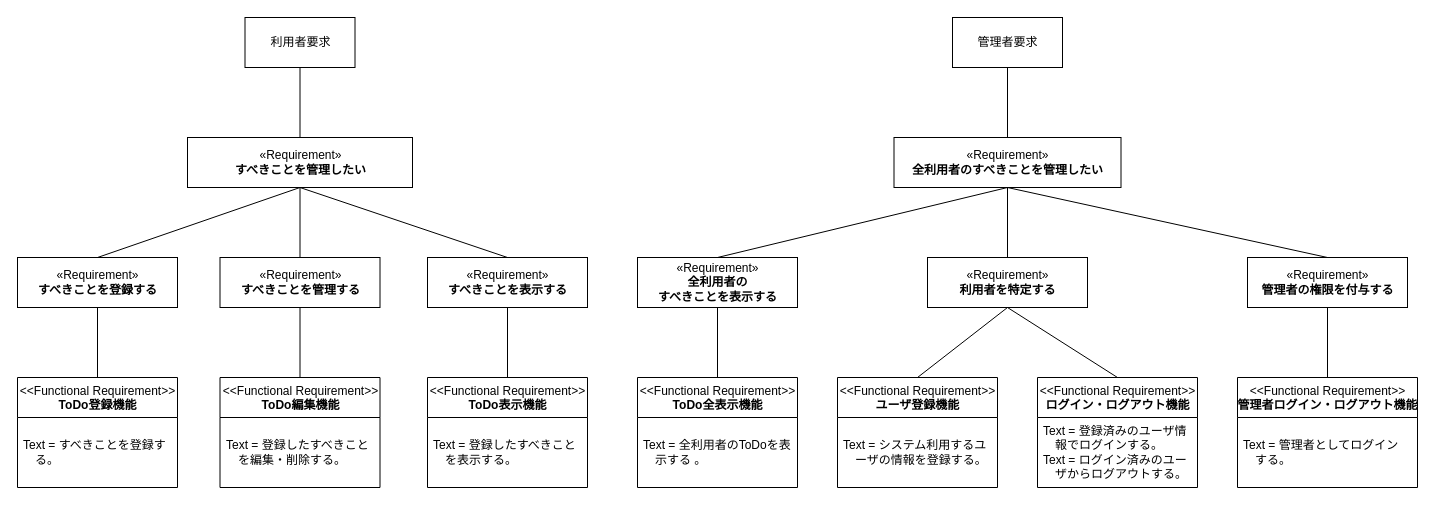
RRRYOOO/portfolio keeps this draw.io diagram as portfolio03/01/requirement_definition/requirement/portfolio03_01_requirement_all.drawio. Above is the earlier version. Source tidied: cells renumbered, new cells numbered last; positions are measured from the earlier drawing's top-left corner, leaving out a move shared by most shapes. Both pictures are drawn from the tidied source at 100%, with x=0, y=0 at pixel (17, 17).
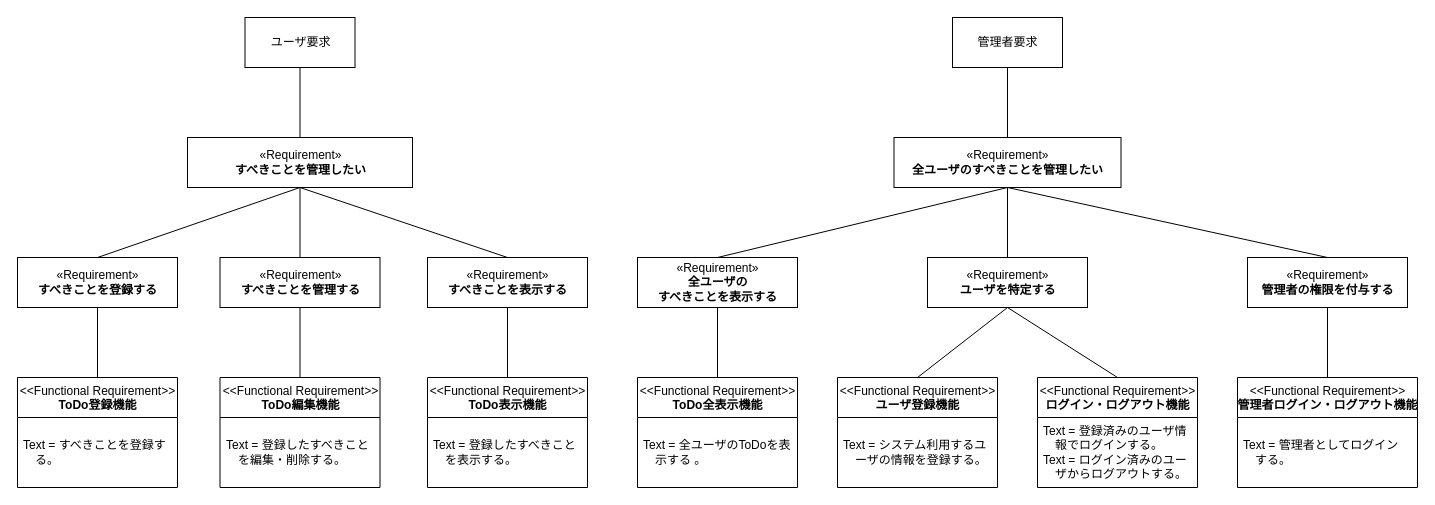
The same page after the edit.

Unchanged cells that the change refers to:
```xml
<mxCell id="15" value="&amp;lt;&amp;lt;Functional Requirement&amp;gt;&amp;gt;&lt;br&gt;&lt;b&gt;ToDo全表示機能&lt;/b&gt;" style="swimlane;fontStyle=0;align=center;verticalAlign=top;horizontal=1;startSize=40;html=1;" parent="1" vertex="1">
  <mxGeometry x="620" y="360" width="160" height="110" as="geometry" />
</mxCell>
```

What changed in the source:
```diff
@@
-    <mxCell id="2" value="利用者要求" style="html=1;" parent="1" vertex="1">
+    <mxCell id="2" value="ユーザ要求" style="html=1;" parent="1" vertex="1">
       <mxGeometry x="227.5" width="110" height="50" as="geometry" />
     </mxCell>
@@
-    <mxCell id="5" value="«Requirement»&lt;br&gt;&lt;b&gt;全利用者のすべきことを管理したい&lt;/b&gt;" style="html=1;" parent="1" vertex="1">
+    <mxCell id="5" value="«Requirement»&lt;br&gt;&lt;b&gt;全ユーザのすべきことを管理したい&lt;/b&gt;" style="html=1;" parent="1" vertex="1">
       <mxGeometry x="876.5" y="120" width="227" height="50" as="geometry" />
     </mxCell>
@@
-    <mxCell id="8" value="«Requirement»&lt;br&gt;&lt;b&gt;全利用者の&lt;br&gt;すべきことを表示する&lt;/b&gt;" style="html=1;" parent="1" vertex="1">
+    <mxCell id="8" value="«Requirement»&lt;br&gt;&lt;b&gt;全ユーザの&lt;br&gt;すべきことを表示する&lt;/b&gt;" style="html=1;" parent="1" vertex="1">
       <mxGeometry x="620" y="240" width="160" height="50" as="geometry" />
     </mxCell>
-    <mxCell id="9" value="«Requirement»&lt;br&gt;&lt;b&gt;利用者を特定する&lt;/b&gt;" style="html=1;" parent="1" vertex="1">
+    <mxCell id="9" value="«Requirement»&lt;br&gt;&lt;b&gt;ユーザを特定する&lt;/b&gt;" style="html=1;" parent="1" vertex="1">
       <mxGeometry x="910" y="240" width="160" height="50" as="geometry" />
     </mxCell>
@@
-    <mxCell id="16" value="Text = 全利用者のToDoを表&lt;br&gt;　示する 。" style="text;html=1;strokeColor=none;fillColor=none;align=left;verticalAlign=middle;spacingLeft=4;spacingRight=4;overflow=hidden;" parent="15" vertex="1">
+    <mxCell id="16" value="Text = 全ユーザのToDoを表&lt;br&gt;　示する 。" style="text;html=1;strokeColor=none;fillColor=none;align=left;verticalAlign=middle;spacingLeft=4;spacingRight=4;overflow=hidden;" parent="15" vertex="1">
       <mxGeometry y="40" width="160" height="70" as="geometry" />
     </mxCell>
```
